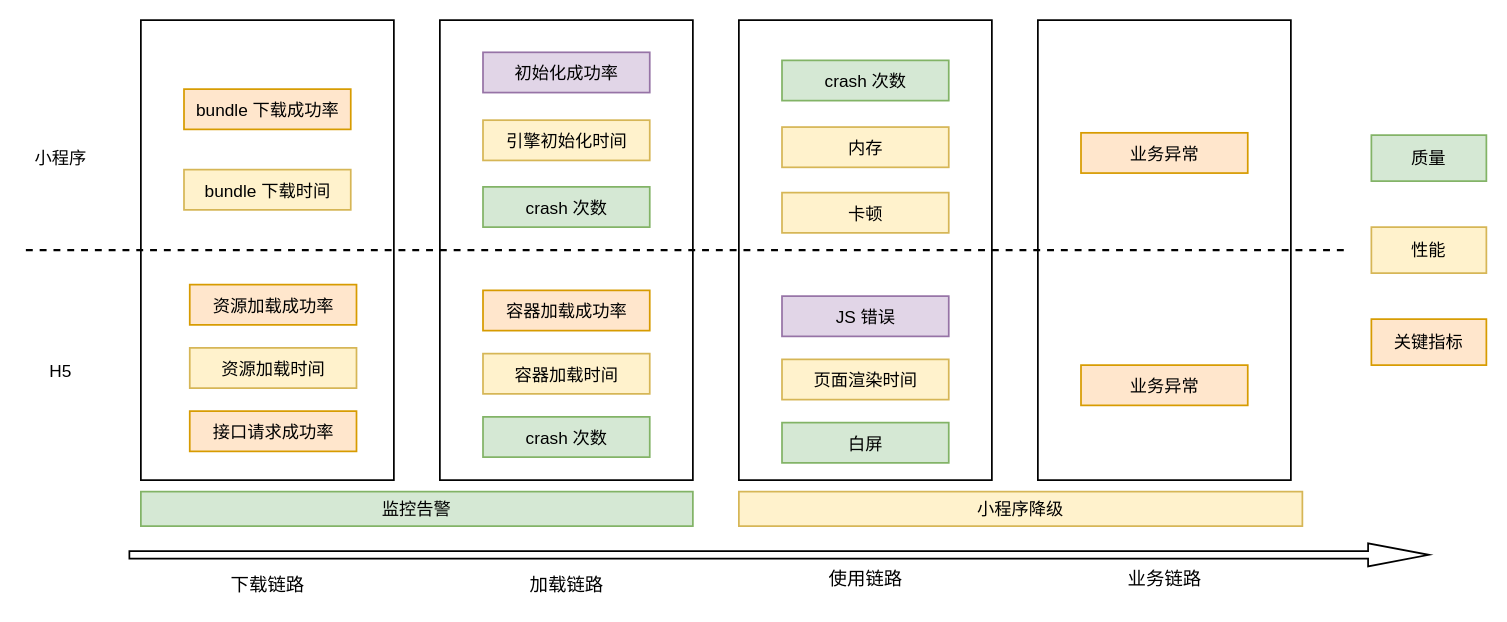
Before: page "衡量指标" (6 of 7) of 未命名绘图.drawio in ashen-23/DrawIORepo, a draw.io diagram. Source tidied: cells renumbered, new cells numbered last; positions are measured from the earlier drawing's top-left corner, leaving out a move shared by most shapes. Both pictures are drawn from the tidied source at 115%, with x=0, y=0 at pixel (20, 20).
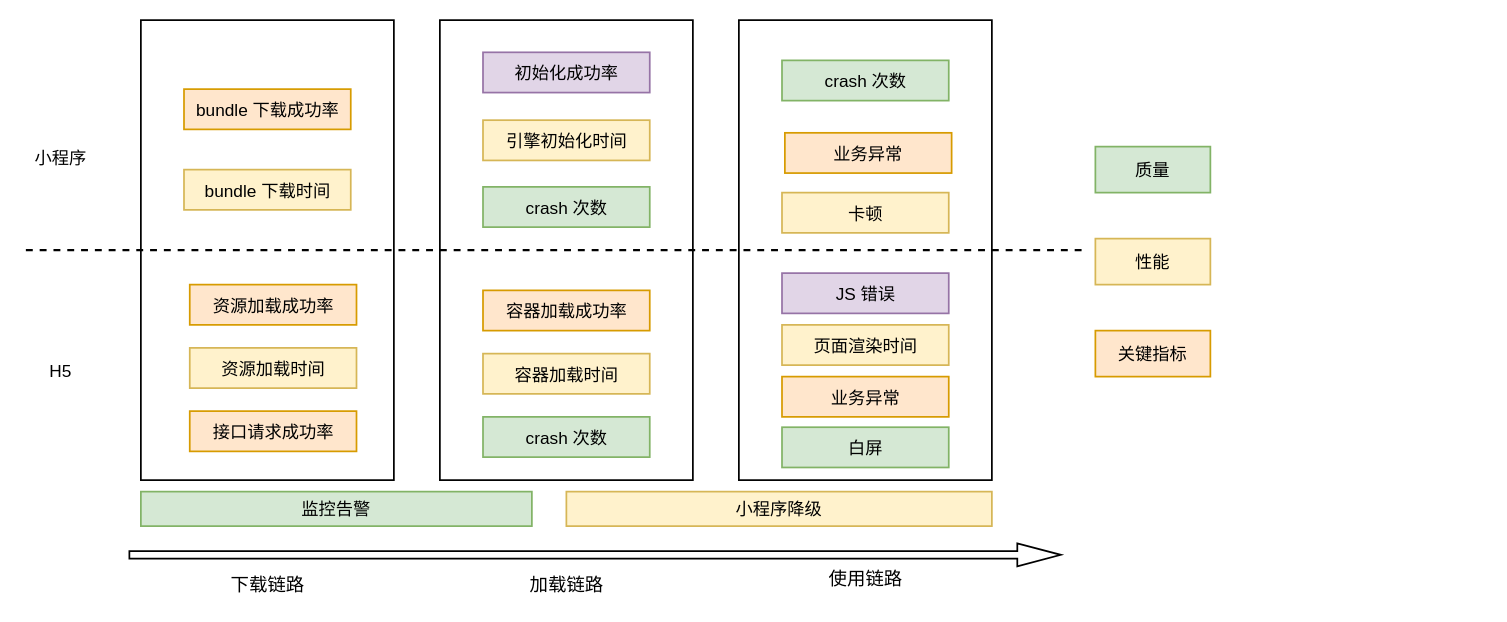
The same page after the edit.

Commit message:
更新未命名绘图.drawio

Change to the diagram source:
```diff
@@
     <mxCell id="9" style="shape=singleArrow;whiteSpace=wrap;html=1;arrowWidth=0.3333333333333333;arrowSize=0.0467741935483871;rounded=0;shadow=0;glass=0;strokeColor=default;strokeWidth=1.5;fontSize=15;fontColor=#000000;fillColor=none;gradientColor=none;" parent="1" vertex="1">
-      <mxGeometry x="95" y="455" width="1130" height="20" as="geometry" />
+      <mxGeometry x="95" y="455" width="810" height="20" as="geometry" />
     </mxCell>
@@
-    <mxCell id="13" value="业务链路" style="text;html=1;align=center;verticalAlign=middle;strokeColor=none;fillColor=none;fontSize=16;fontColor=#000000;" parent="1" vertex="1">
-      <mxGeometry x="950" y="471" width="90" height="30" as="geometry" />
-    </mxCell>
@@
     <mxCell id="16" style="endArrow=none;dashed=1;html=1;rounded=0;strokeWidth=2;fontSize=15;fontColor=#000000;" parent="1" edge="1">
       <mxGeometry relative="1" as="geometry">
         <mxPoint x="5" y="200" as="sourcePoint" />
-        <mxPoint x="1155" y="200" as="targetPoint" />
+        <mxPoint x="925" y="200" as="targetPoint" />
       </mxGeometry>
     </mxCell>
     <mxCell id="17" value="监控告警" style="whiteSpace=wrap;html=1;rounded=0;shadow=0;glass=0;strokeColor=#82b366;strokeWidth=1.5;fontSize=15;fillColor=#d5e8d4;" parent="1" vertex="1">
-      <mxGeometry x="105" y="410" width="480" height="30" as="geometry" />
+      <mxGeometry x="105" y="410" width="340" height="30" as="geometry" />
     </mxCell>
     <mxCell id="18" value="小程序降级" style="whiteSpace=wrap;html=1;rounded=0;shadow=0;glass=0;strokeColor=#d6b656;strokeWidth=1.5;fontSize=15;fillColor=#fff2cc;" parent="1" vertex="1">
-      <mxGeometry x="625" y="410" width="490" height="30" as="geometry" />
+      <mxGeometry x="475" y="410" width="370" height="30" as="geometry" />
     </mxCell>
@@
-    <mxCell id="27" style="group;" parent="1" vertex="1">
-      <mxGeometry x="625" width="220" height="400" as="geometry" />
-    </mxCell>
+    <mxCell id="39" value="质量" style="whiteSpace=wrap;html=1;rounded=0;shadow=0;glass=0;strokeColor=#82b366;strokeWidth=1.5;fontSize=15;fillColor=#d5e8d4;" parent="1" vertex="1">
+      <mxGeometry x="935" y="110" width="100" height="40" as="geometry" />
+    </mxCell>
+    <mxCell id="40" value="性能" style="whiteSpace=wrap;html=1;rounded=0;shadow=0;glass=0;strokeColor=#d6b656;strokeWidth=1.5;fontSize=15;fillColor=#fff2cc;" parent="1" vertex="1">
+      <mxGeometry x="935" y="190" width="100" height="40" as="geometry" />
+    </mxCell>
+    <mxCell id="41" value="关键指标" style="whiteSpace=wrap;html=1;rounded=0;shadow=0;glass=0;strokeColor=#d79b00;strokeWidth=1.5;fontSize=15;fillColor=#ffe6cc;" parent="1" vertex="1">
+      <mxGeometry x="935" y="270" width="100" height="40" as="geometry" />
+    </mxCell>
-    <mxCell id="28" style="whiteSpace=wrap;html=1;rounded=0;shadow=0;glass=0;strokeColor=default;strokeWidth=1.5;fontSize=15;fontColor=#000000;fillColor=none;gradientColor=none;" parent="27" vertex="1">
-      <mxGeometry width="220" height="400" as="geometry" />
+    <mxCell id="28" style="whiteSpace=wrap;html=1;rounded=0;shadow=0;glass=0;strokeColor=default;strokeWidth=1.5;fontSize=15;fontColor=#000000;fillColor=none;gradientColor=none;" parent="1" vertex="1">
+      <mxGeometry x="625" width="220" height="400" as="geometry" />
     </mxCell>
-    <mxCell id="29" value="crash 次数" style="whiteSpace=wrap;html=1;rounded=0;shadow=0;glass=0;strokeColor=#82b366;strokeWidth=1.5;fontSize=15;fillColor=#d5e8d4;" parent="27" vertex="1">
-      <mxGeometry x="37.5" y="35" width="145" height="35" as="geometry" />
+    <mxCell id="29" value="crash 次数" style="whiteSpace=wrap;html=1;rounded=0;shadow=0;glass=0;strokeColor=#82b366;strokeWidth=1.5;fontSize=15;fillColor=#d5e8d4;" parent="1" vertex="1">
+      <mxGeometry x="662.5" y="35" width="145" height="35" as="geometry" />
     </mxCell>
-    <mxCell id="30" value="内存" style="whiteSpace=wrap;html=1;rounded=0;shadow=0;glass=0;strokeColor=#d6b656;strokeWidth=1.5;fontSize=15;fillColor=#fff2cc;" parent="27" vertex="1">
-      <mxGeometry x="37.5" y="93" width="145" height="35" as="geometry" />
-    </mxCell>
-    <mxCell id="31" value="卡顿" style="whiteSpace=wrap;html=1;rounded=0;shadow=0;glass=0;strokeColor=#d6b656;strokeWidth=1.5;fontSize=15;fillColor=#fff2cc;" parent="27" vertex="1">
-      <mxGeometry x="37.5" y="150" width="145" height="35" as="geometry" />
+    <mxCell id="31" value="卡顿" style="whiteSpace=wrap;html=1;rounded=0;shadow=0;glass=0;strokeColor=#d6b656;strokeWidth=1.5;fontSize=15;fillColor=#fff2cc;" parent="1" vertex="1">
+      <mxGeometry x="662.5" y="150" width="145" height="35" as="geometry" />
     </mxCell>
-    <mxCell id="32" value="JS 错误" style="whiteSpace=wrap;html=1;rounded=0;shadow=0;glass=0;strokeColor=#9673a6;strokeWidth=1.5;fontSize=15;fillColor=#e1d5e7;" parent="27" vertex="1">
-      <mxGeometry x="37.5" y="240" width="145" height="35" as="geometry" />
+    <mxCell id="32" value="JS 错误" style="whiteSpace=wrap;html=1;rounded=0;shadow=0;glass=0;strokeColor=#9673a6;strokeWidth=1.5;fontSize=15;fillColor=#e1d5e7;" parent="1" vertex="1">
+      <mxGeometry x="662.5" y="220" width="145" height="35" as="geometry" />
     </mxCell>
-    <mxCell id="33" value="白屏" style="whiteSpace=wrap;html=1;rounded=0;shadow=0;glass=0;strokeColor=#82b366;strokeWidth=1.5;fontSize=15;fillColor=#d5e8d4;" parent="27" vertex="1">
-      <mxGeometry x="37.5" y="350" width="145" height="35" as="geometry" />
+    <mxCell id="33" value="白屏" style="whiteSpace=wrap;html=1;rounded=0;shadow=0;glass=0;strokeColor=#82b366;strokeWidth=1.5;fontSize=15;fillColor=#d5e8d4;" parent="1" vertex="1">
+      <mxGeometry x="662.5" y="354" width="145" height="35" as="geometry" />
     </mxCell>
-    <mxCell id="34" value="页面渲染时间" style="whiteSpace=wrap;html=1;rounded=0;shadow=0;glass=0;strokeColor=#d6b656;strokeWidth=1.5;fontSize=15;fillColor=#fff2cc;" parent="27" vertex="1">
-      <mxGeometry x="37.5" y="295" width="145" height="35" as="geometry" />
+    <mxCell id="34" value="页面渲染时间" style="whiteSpace=wrap;html=1;rounded=0;shadow=0;glass=0;strokeColor=#d6b656;strokeWidth=1.5;fontSize=15;fillColor=#fff2cc;" parent="1" vertex="1">
+      <mxGeometry x="662.5" y="265" width="145" height="35" as="geometry" />
     </mxCell>
-    <mxCell id="35" style="group;" parent="1" vertex="1">
-      <mxGeometry x="885" width="220" height="400" as="geometry" />
-    </mxCell>
-    <mxCell id="36" style="whiteSpace=wrap;html=1;rounded=0;shadow=0;glass=0;strokeColor=default;strokeWidth=1.5;fontSize=15;fontColor=#000000;fillColor=none;gradientColor=none;" parent="35" vertex="1">
-      <mxGeometry width="220" height="400" as="geometry" />
-    </mxCell>
-    <mxCell id="37" value="业务异常" style="whiteSpace=wrap;html=1;rounded=0;shadow=0;glass=0;strokeColor=#d79b00;strokeWidth=1.5;fontSize=15;fillColor=#ffe6cc;" parent="35" vertex="1">
-      <mxGeometry x="37.5" y="98" width="145" height="35" as="geometry" />
+    <mxCell id="37" value="业务异常" style="whiteSpace=wrap;html=1;rounded=0;shadow=0;glass=0;strokeColor=#d79b00;strokeWidth=1.5;fontSize=15;fillColor=#ffe6cc;" parent="1" vertex="1">
+      <mxGeometry x="665" y="98" width="145" height="35" as="geometry" />
     </mxCell>
-    <mxCell id="38" value="业务异常" style="whiteSpace=wrap;html=1;rounded=0;shadow=0;glass=0;strokeColor=#d79b00;strokeWidth=1.5;fontSize=15;fillColor=#ffe6cc;" parent="35" vertex="1">
-      <mxGeometry x="37.5" y="300" width="145" height="35" as="geometry" />
+    <mxCell id="38" value="业务异常" style="whiteSpace=wrap;html=1;rounded=0;shadow=0;glass=0;strokeColor=#d79b00;strokeWidth=1.5;fontSize=15;fillColor=#ffe6cc;" parent="1" vertex="1">
+      <mxGeometry x="662.5" y="310" width="145" height="35" as="geometry" />
     </mxCell>
-    <mxCell id="39" value="质量" style="whiteSpace=wrap;html=1;rounded=0;shadow=0;glass=0;strokeColor=#82b366;strokeWidth=1.5;fontSize=15;fillColor=#d5e8d4;" parent="1" vertex="1">
-      <mxGeometry x="1175" y="100" width="100" height="40" as="geometry" />
-    </mxCell>
-    <mxCell id="40" value="性能" style="whiteSpace=wrap;html=1;rounded=0;shadow=0;glass=0;strokeColor=#d6b656;strokeWidth=1.5;fontSize=15;fillColor=#fff2cc;" parent="1" vertex="1">
-      <mxGeometry x="1175" y="180" width="100" height="40" as="geometry" />
-    </mxCell>
-    <mxCell id="41" value="关键指标" style="whiteSpace=wrap;html=1;rounded=0;shadow=0;glass=0;strokeColor=#d79b00;strokeWidth=1.5;fontSize=15;fillColor=#ffe6cc;" parent="1" vertex="1">
-      <mxGeometry x="1175" y="260" width="100" height="40" as="geometry" />
-    </mxCell>
```
